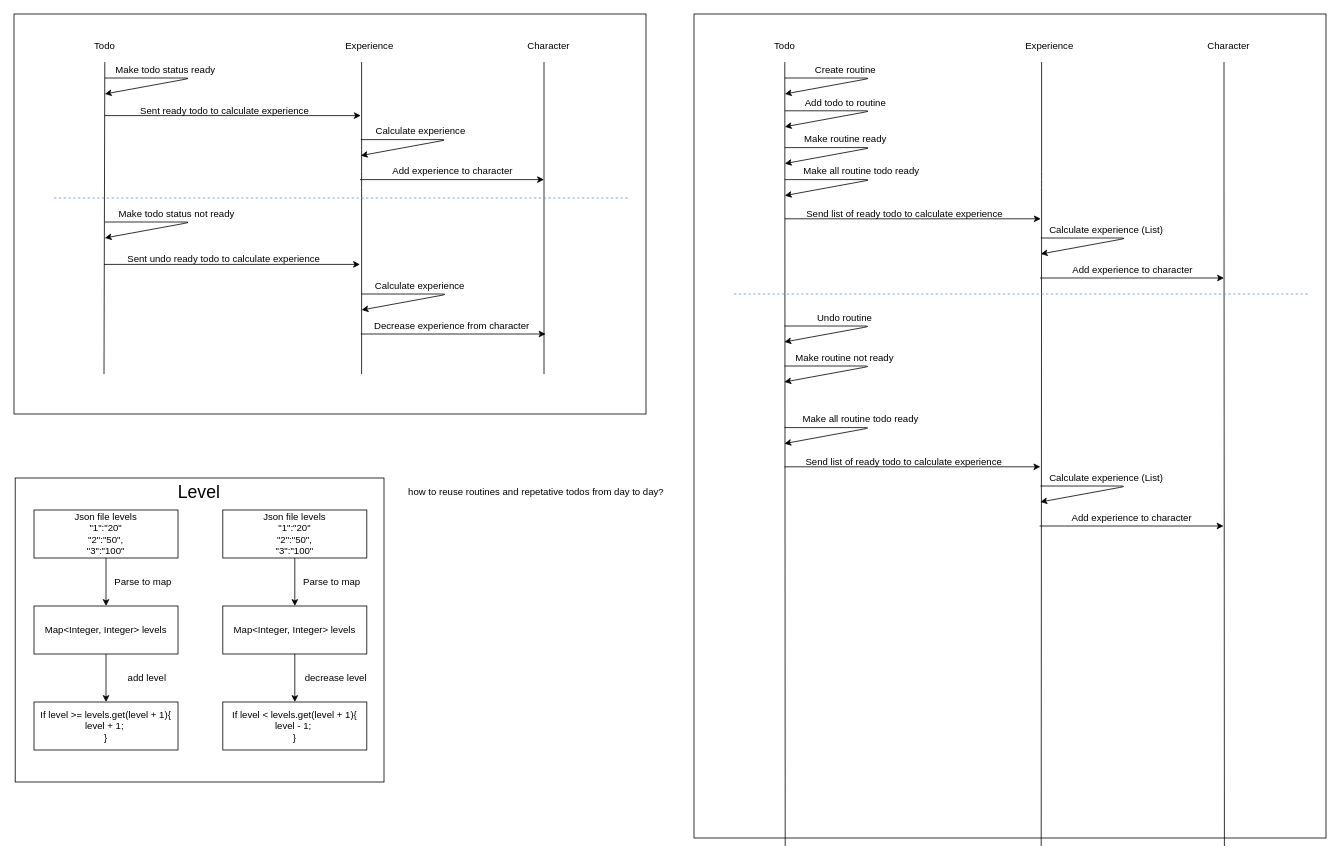
Before: experience moving.drawio in FedosovMax/diagrams, a draw.io diagram. Source tidied: cells renumbered, new cells numbered last; positions are measured from the earlier drawing's top-left corner, leaving out a move shared by most shapes. Both pictures are drawn from the tidied source at 80%, with x=0, y=0 at pixel (14, 14).
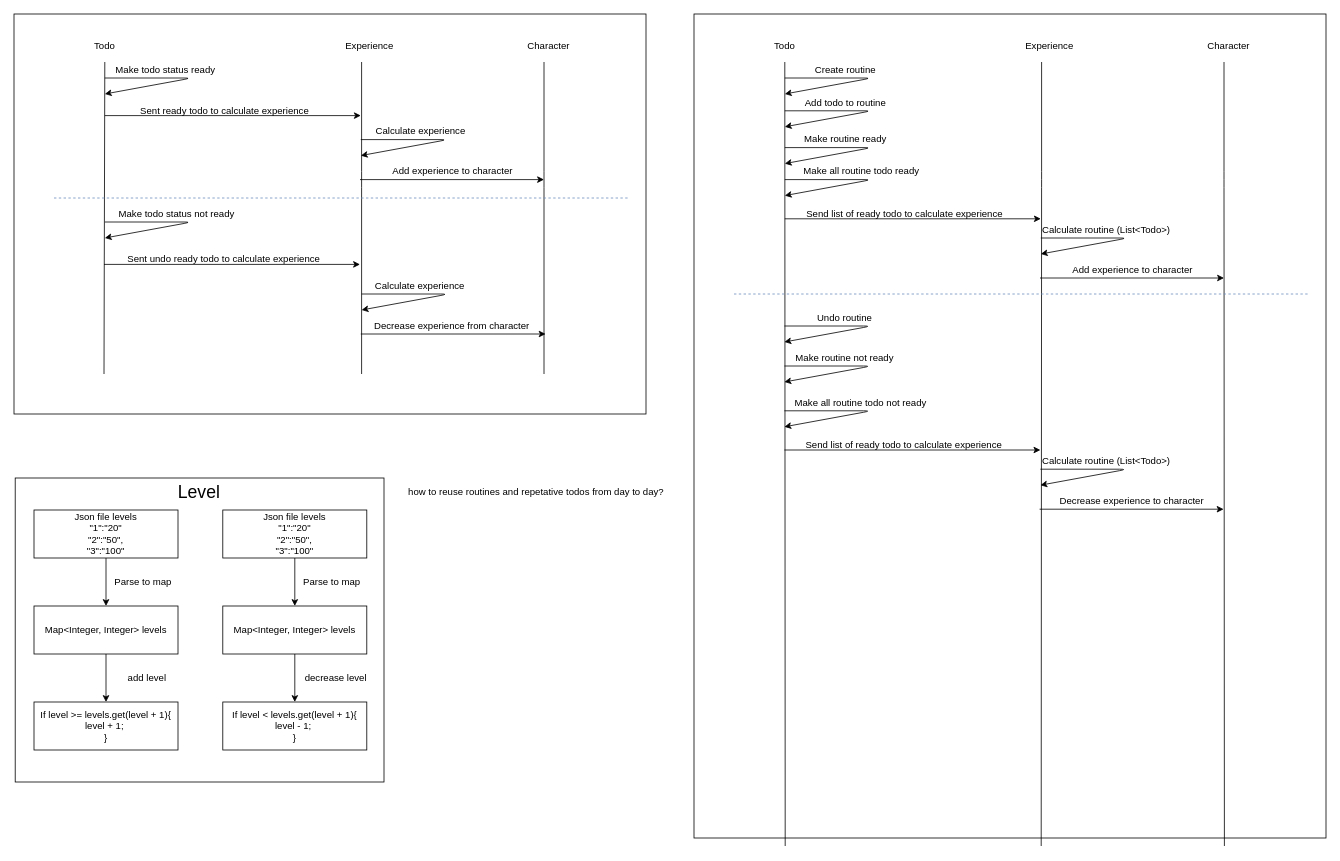
After the change.

The edit, as a diff of the source:
```diff
@@
-    <mxCell id="53" value="Calculate experience (List)" style="text;html=1;align=center;verticalAlign=middle;" parent="1" vertex="1">
-      <mxGeometry x="1290" y="260" width="150" height="20" as="geometry" />
+    <mxCell id="53" value="Calculate routine (List&amp;lt;Todo&amp;gt;)" style="text;html=1;align=center;verticalAlign=middle;" parent="1" vertex="1">
+      <mxGeometry x="1280" y="260" width="170" height="20" as="geometry" />
     </mxCell>
@@
     <mxCell id="65" style="endArrow=classic;html=1;" parent="1" edge="1">
       <mxGeometry relative="1" as="geometry">
-        <mxPoint x="963" y="566" as="sourcePoint" />
-        <mxPoint x="1283" y="566" as="targetPoint" />
+        <mxPoint x="963" y="545" as="sourcePoint" />
+        <mxPoint x="1283" y="545" as="targetPoint" />
       </mxGeometry>
     </mxCell>
     <mxCell id="66" value="Send list of ready todo to calculate experience" style="text;html=1;align=center;verticalAlign=middle;" parent="1" vertex="1">
-      <mxGeometry x="987" y="550" width="250" height="20" as="geometry" />
+      <mxGeometry x="987" y="529" width="250" height="20" as="geometry" />
     </mxCell>
     <mxCell id="67" style="endArrow=classic;html=1;" parent="1" edge="1">
       <mxGeometry relative="1" as="geometry">
-        <mxPoint x="1283" y="590" as="sourcePoint" />
-        <mxPoint x="1283" y="610" as="targetPoint" />
+        <mxPoint x="1283" y="569" as="sourcePoint" />
+        <mxPoint x="1283" y="589" as="targetPoint" />
         <Array as="points">
-          <mxPoint x="1392" y="590" />
+          <mxPoint x="1392" y="569" />
         </Array>
       </mxGeometry>
     </mxCell>
-    <mxCell id="68" value="Calculate experience (List)" style="text;html=1;align=center;verticalAlign=middle;" parent="1" vertex="1">
-      <mxGeometry x="1289.5" y="570" width="150" height="20" as="geometry" />
+    <mxCell id="68" value="Calculate routine (List&amp;lt;Todo&amp;gt;)" style="text;html=1;align=center;verticalAlign=middle;" parent="1" vertex="1">
+      <mxGeometry x="1279.5" y="549" width="170" height="20" as="geometry" />
     </mxCell>
     <mxCell id="69" style="endArrow=classic;html=1;" parent="1" edge="1">
       <mxGeometry relative="1" as="geometry">
-        <mxPoint x="1282" y="640" as="sourcePoint" />
-        <mxPoint x="1512" y="640" as="targetPoint" />
+        <mxPoint x="1282" y="619" as="sourcePoint" />
+        <mxPoint x="1512" y="619" as="targetPoint" />
       </mxGeometry>
     </mxCell>
-    <mxCell id="70" value="Add experience to character" style="text;html=1;align=center;verticalAlign=middle;" parent="1" vertex="1">
-      <mxGeometry x="1312" y="620" width="170" height="20" as="geometry" />
+    <mxCell id="70" value="Decrease experience to character" style="text;html=1;align=center;verticalAlign=middle;" parent="1" vertex="1">
+      <mxGeometry x="1302" y="599" width="190" height="20" as="geometry" />
     </mxCell>
@@
     <mxCell id="75" style="endArrow=classic;html=1;" parent="1" edge="1">
       <mxGeometry relative="1" as="geometry">
-        <mxPoint x="963" y="517" as="sourcePoint" />
-        <mxPoint x="963" y="537" as="targetPoint" />
+        <mxPoint x="963" y="496" as="sourcePoint" />
+        <mxPoint x="963" y="516" as="targetPoint" />
         <Array as="points">
-          <mxPoint x="1072" y="517" />
+          <mxPoint x="1072" y="496" />
         </Array>
       </mxGeometry>
     </mxCell>
-    <mxCell id="76" value="Make all routine todo ready" style="text;html=1;align=center;verticalAlign=middle;" parent="1" vertex="1">
-      <mxGeometry x="983" y="497" width="150" height="20" as="geometry" />
+    <mxCell id="76" value="Make all routine todo not ready" style="text;html=1;align=center;verticalAlign=middle;" parent="1" vertex="1">
+      <mxGeometry x="973" y="476" width="170" height="20" as="geometry" />
     </mxCell>
```
